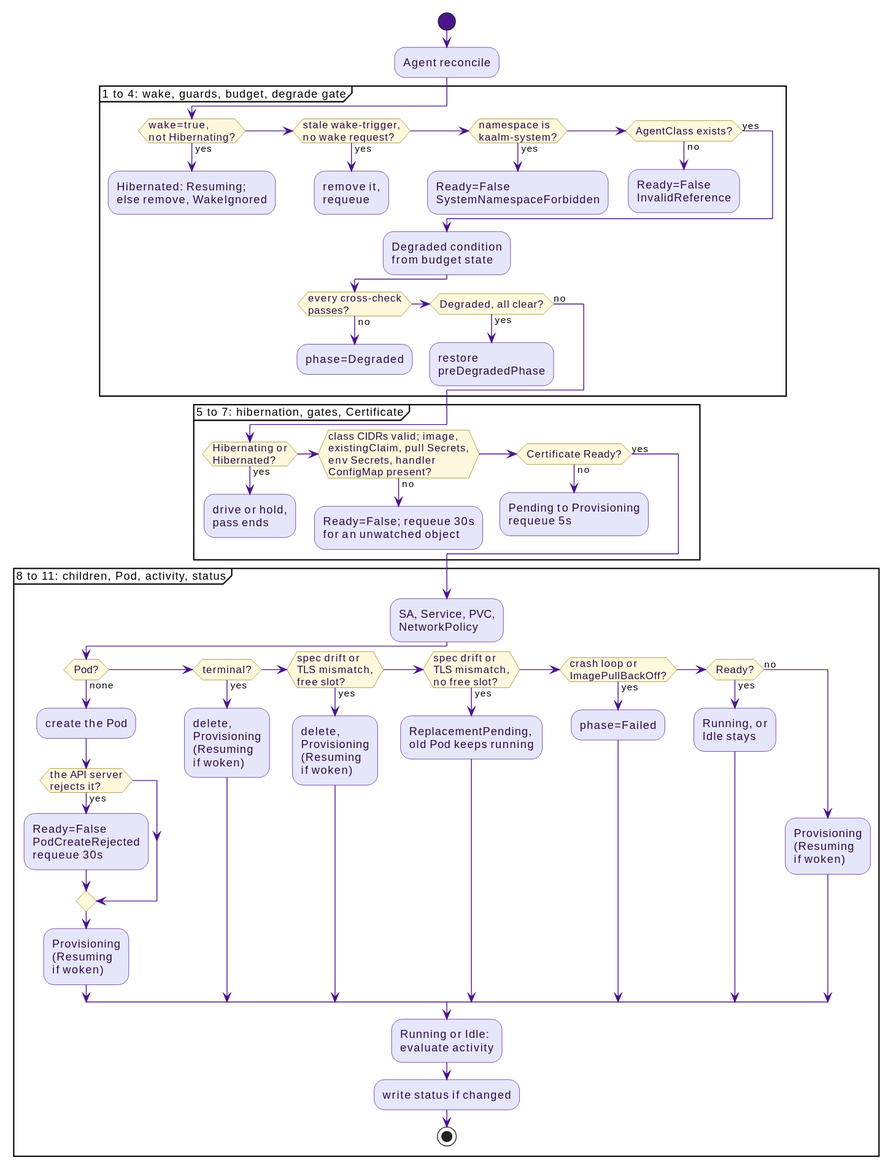
Above: docs/src/diagrams/agent-reconcile-pass.svg in win07xp/kaalm (PlantUML), before the change. The source it was exported from:
```plantuml
@startuml
!include _style.puml

start
:Agent reconcile;

partition "1 to 4: wake, guards, budget, degrade gate" {
  if (wake=true,\nnot Hibernating?) then (yes)
    :Hibernated: Resuming;\nelse remove, WakeIgnored;
    kill
  elseif (stale wake-trigger,\nno wake request?) then (yes)
    :remove it,\nrequeue;
    kill
  elseif (namespace is\nkaalm-system?) then (yes)
    :Ready=False\nSystemNamespaceForbidden;
    kill
  elseif (AgentClass exists?) then (no)
    :Ready=False\nInvalidReference;
    kill
  else (yes)
  endif
  :Degraded condition\nfrom budget state;
  if (every cross-check\npasses?) then (no)
    :phase=Degraded;
    kill
  elseif (Degraded, all clear?) then (yes)
    :restore\npreDegradedPhase;
    kill
  else (no)
  endif
}

partition "5 to 7: hibernation, gates, Certificate" {
  if (Hibernating or\nHibernated?) then (yes)
    :drive or hold,\npass ends;
    kill
  elseif (class CIDRs valid; image,\nexistingClaim, pull Secrets,\nenv Secrets, handler\nConfigMap present?) then (no)
    :Ready=False; requeue 30s\nfor an unwatched object;
    kill
  elseif (Certificate Ready?) then (no)
    :Pending to Provisioning\nrequeue 5s;
    kill
  else (yes)
  endif
}

partition "8 to 11: children, Pod, activity, status" {
  :SA, Service, PVC,\nNetworkPolicy;
  if (Pod?) then (none)
    :create the Pod;
    if (the API server\nrejects it?) then (yes)
      :Ready=False\nPodCreateRejected\nrequeue 30s;
    endif
    :Provisioning\n(Resuming\nif woken);
  elseif (terminal?) then (yes)
    :delete,\nProvisioning\n(Resuming\nif woken);
  elseif (spec drift or\nTLS mismatch,\nfree slot?) then (yes)
    :delete,\nProvisioning\n(Resuming\nif woken);
  elseif (spec drift or\nTLS mismatch,\nno free slot?) then (yes)
    :ReplacementPending,\nold Pod keeps running;
  elseif (crash loop or\nImagePullBackOff?) then (yes)
    :phase=Failed;
  elseif (Ready?) then (yes)
    :Running, or\nIdle stays;
  else (no)
    :Provisioning\n(Resuming\nif woken);
  endif
  :Running or Idle:\nevaluate activity;
  :write status if changed;
  stop
}
@enduml
```
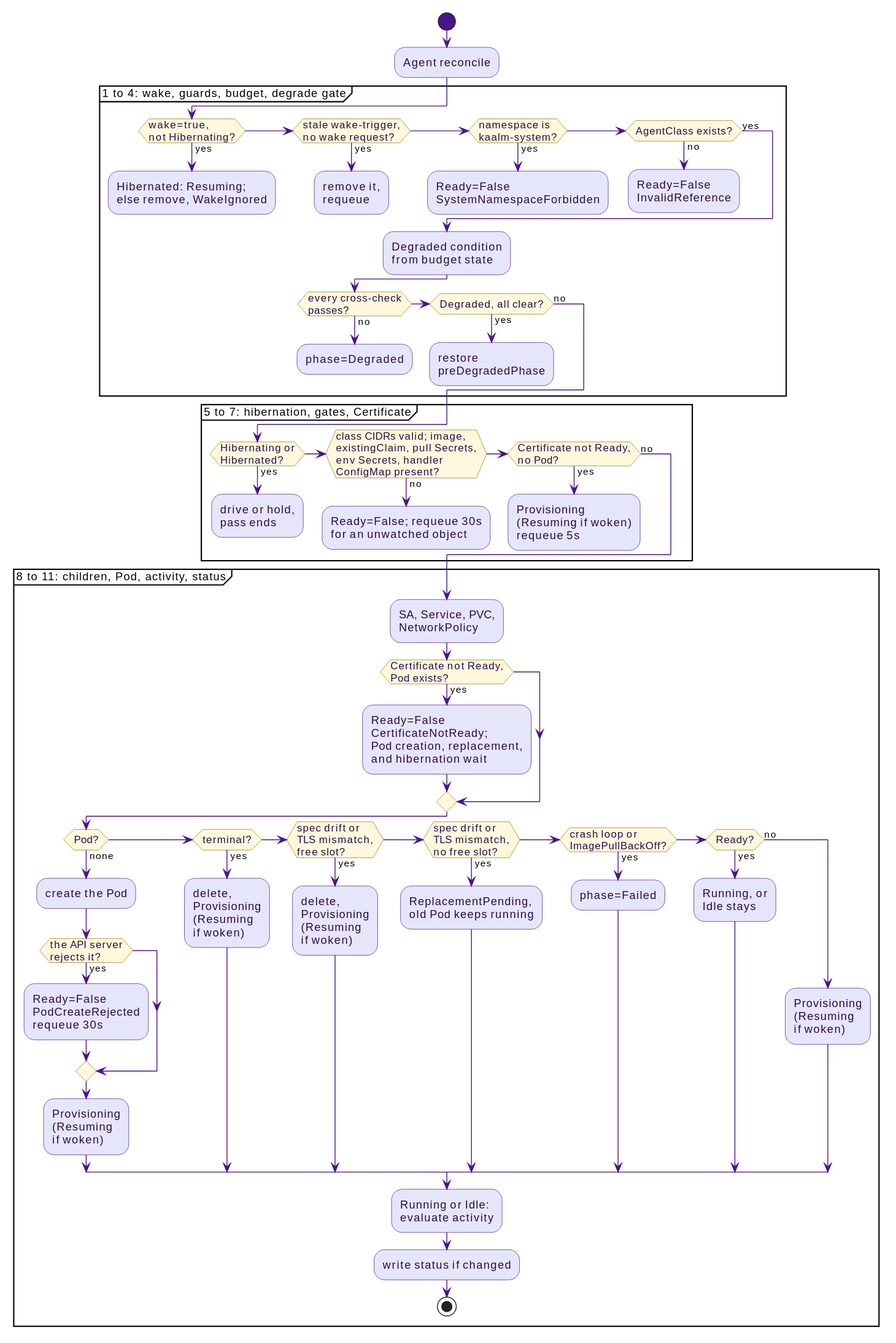
After the change.

Commit message:
docs: describe the Agent certificate wait with a running Pod

What changed in the source:
```diff
@@ -37,15 +37,18 @@
   elseif (class CIDRs valid; image,\nexistingClaim, pull Secrets,\nenv Secrets, handler\nConfigMap present?) then (no)
     :Ready=False; requeue 30s\nfor an unwatched object;
     kill
-  elseif (Certificate Ready?) then (no)
-    :Pending to Provisioning\nrequeue 5s;
+  elseif (Certificate not Ready,\nno Pod?) then (yes)
+    :Provisioning\n(Resuming if woken)\nrequeue 5s;
     kill
-  else (yes)
+  else (no)
   endif
 }
 
 partition "8 to 11: children, Pod, activity, status" {
   :SA, Service, PVC,\nNetworkPolicy;
+  if (Certificate not Ready,\nPod exists?) then (yes)
+    :Ready=False CertificateNotReady;\nPod creation, replacement,\nand hibernation wait;
+  endif
   if (Pod?) then (none)
     :create the Pod;
     if (the API server\nrejects it?) then (yes)
```
